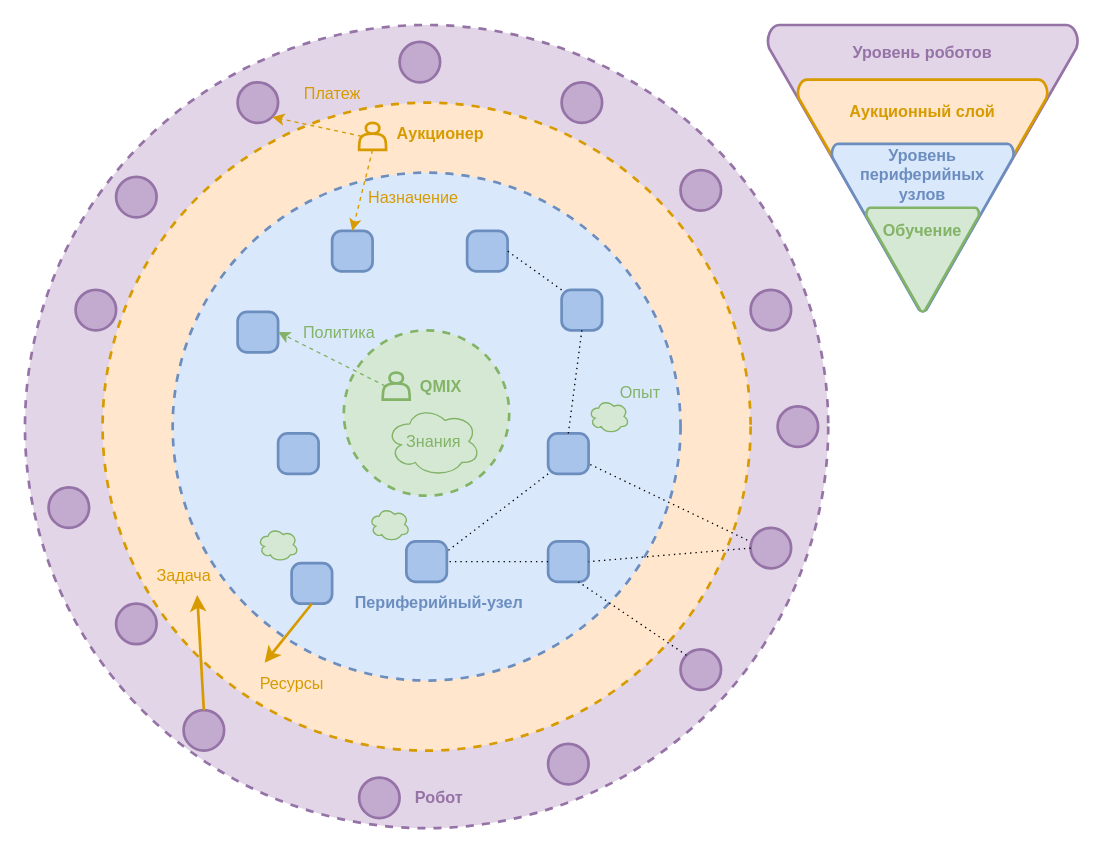
Earlier version of the draw.io diagram Dissertation/images/drawio/ch5_ample_amr_concept.drawio (Dima12101/SPbU-Phd-LaTeX-Dissertation). Source tidied: cells renumbered, new cells numbered last; positions are measured from the earlier drawing's top-left corner, leaving out a move shared by most shapes. Both pictures are drawn from the tidied source at 135%, with x=0, y=0 at pixel (24, 24).
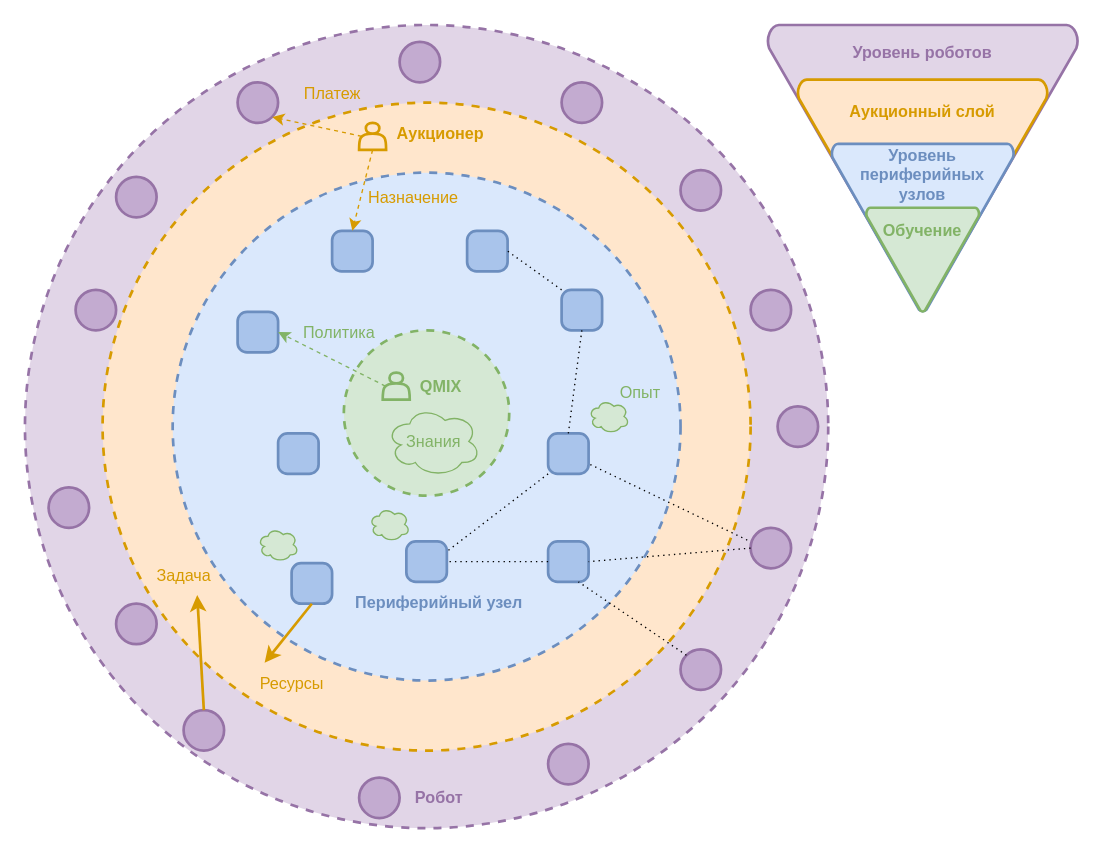
The same diagram, later.

Diff of the diagram source:
```diff
@@
-    <mxCell id="57" value="&lt;font style=&quot;color: rgb(108, 142, 191);&quot;&gt;&lt;b style=&quot;&quot;&gt;Периферийный-узел&lt;/b&gt;&lt;/font&gt;" style="text;html=1;whiteSpace=wrap;strokeColor=none;fillColor=none;align=center;verticalAlign=middle;rounded=0;" parent="1" vertex="1">
+    <mxCell id="57" value="&lt;font style=&quot;color: rgb(108, 142, 191);&quot;&gt;&lt;b style=&quot;&quot;&gt;Периферийный узел&lt;/b&gt;&lt;/font&gt;" style="text;html=1;whiteSpace=wrap;strokeColor=none;fillColor=none;align=center;verticalAlign=middle;rounded=0;" parent="1" vertex="1">
       <mxGeometry x="228.9" y="412.5" width="156.2" height="30" as="geometry" />
     </mxCell>
```
